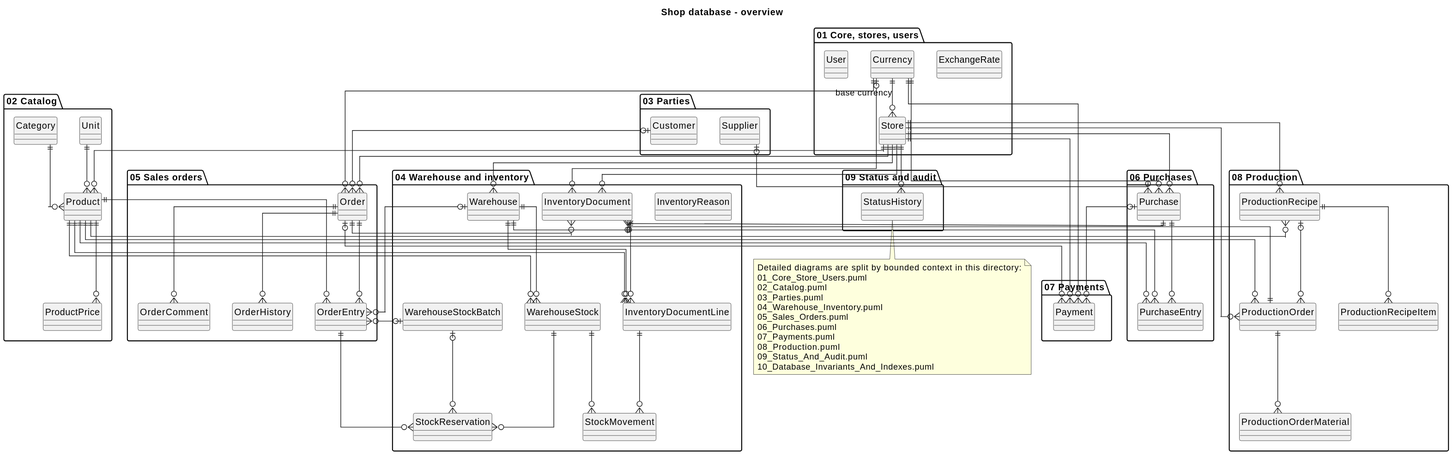
Above: src/Uml/database/Database.svg in Tolik1794/shop (PlantUML), before the change.
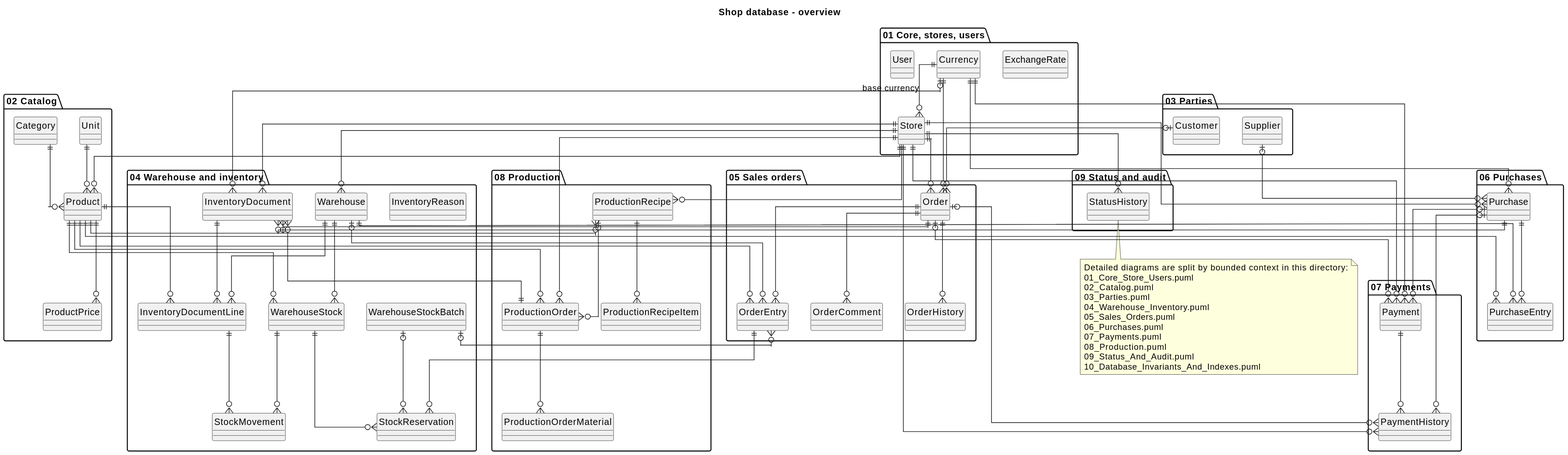
After the commit.

Diff of the diagram source:
```diff
@@ -47,6 +47,7 @@
 
 package "07 Payments" as Payments {
     entity Payment
+    entity PaymentHistory
 }
 
 package "08 Production" as Production {
@@ -65,6 +66,7 @@
 Store ||--o{ Order
 Store ||--o{ Purchase
 Store ||--o{ Payment
+Store ||--o{ PaymentHistory
 Store ||--o{ InventoryDocument
 Store ||--o{ ProductionRecipe
 Store ||--o{ ProductionOrder
@@ -97,11 +99,15 @@
 Order ||--o{ OrderComment
 Order ||--o{ OrderHistory
 Order |o--o{ Payment
+Order |o--o{ PaymentHistory
 Order ||--o{ InventoryDocument
 
 Purchase ||--o{ PurchaseEntry
 Purchase |o--o{ Payment
+Purchase |o--o{ PaymentHistory
 Purchase ||--o{ InventoryDocument
+
+Payment ||--o{ PaymentHistory
 
 InventoryDocument ||--o{ InventoryDocumentLine
 InventoryDocumentLine ||--o{ StockMovement
```
